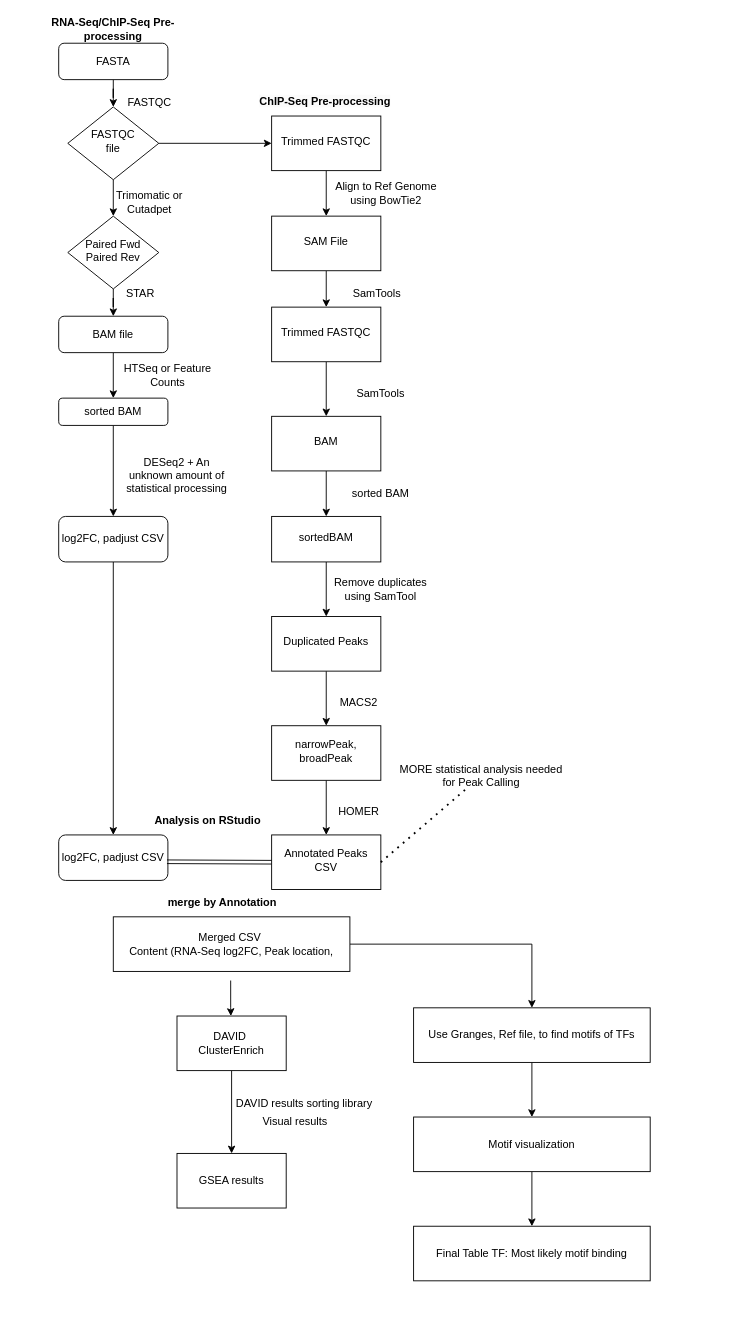
The draw.io diagram BIOINF576 DDS.drawio in gbolden101/bioinf576_project_demo, before the edit. Source tidied: cells renumbered, new cells numbered last; positions are measured from the earlier drawing's top-left corner, leaving out a move shared by most shapes. Both pictures are drawn from the tidied source at 91%, with x=0, y=0 at pixel (45, 15).
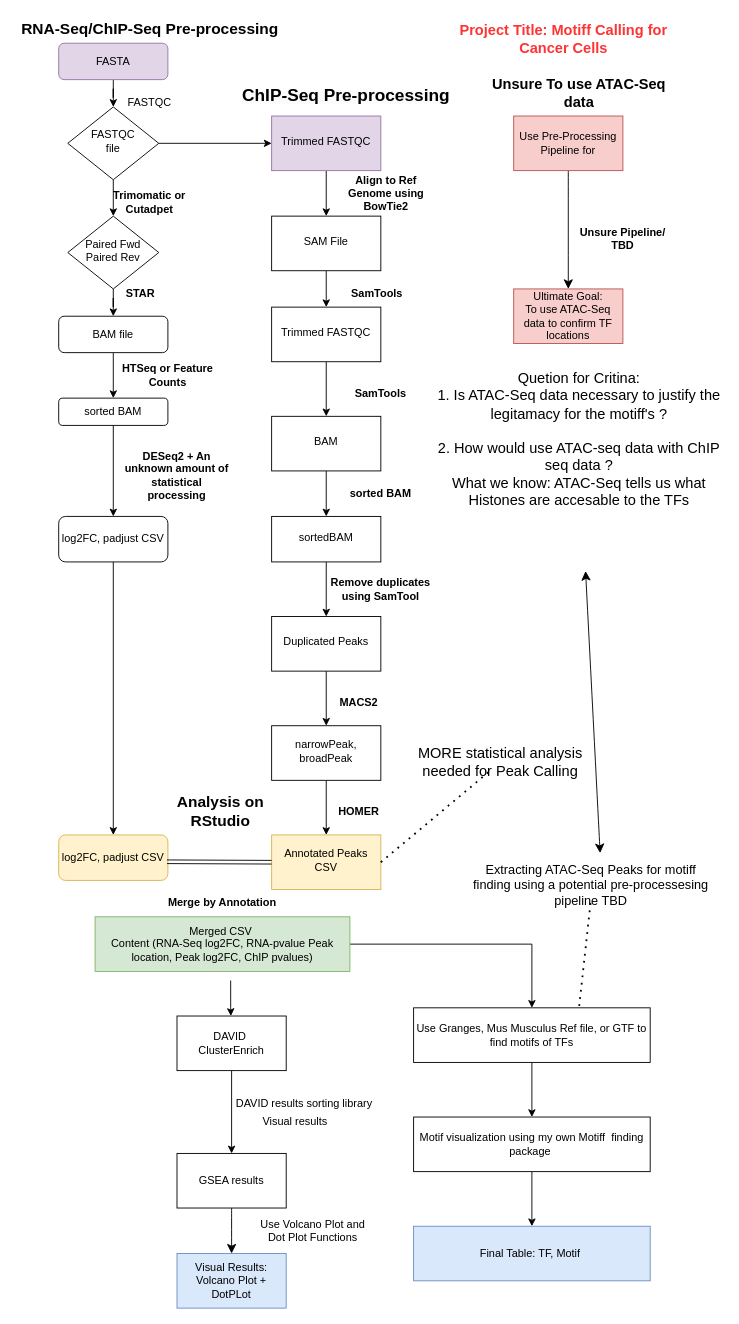
The same diagram, later.

Unchanged cells that the change refers to:
```xml
<mxCell id="55" value="GSEA results" style="rounded=0;whiteSpace=wrap;html=1;" parent="1" vertex="1">
  <mxGeometry x="145" y="1250" width="120" height="60" as="geometry" />
</mxCell>
```

What changed in the source:
```diff
@@
-    <mxCell id="10" value="FASTA" style="rounded=1;whiteSpace=wrap;html=1;fontSize=12;glass=0;strokeWidth=1;shadow=0;" parent="1" vertex="1">
+    <mxCell id="10" value="FASTA" style="rounded=1;whiteSpace=wrap;html=1;fontSize=12;glass=0;strokeWidth=1;shadow=0;fillColor=#e1d5e7;strokeColor=#9673a6;" parent="1" vertex="1">
       <mxGeometry x="15" y="30" width="120" height="40" as="geometry" />
     </mxCell>
@@
-    <mxCell id="12" value="Trimomatic or Cutadpet" style="text;html=1;align=center;verticalAlign=middle;whiteSpace=wrap;rounded=0;" parent="1" vertex="1">
+    <mxCell id="12" value="&lt;b&gt;Trimomatic or Cutadpet&lt;/b&gt;" style="text;html=1;align=center;verticalAlign=middle;whiteSpace=wrap;rounded=0;" parent="1" vertex="1">
       <mxGeometry x="55" y="180" width="120" height="50" as="geometry" />
     </mxCell>
@@
-    <mxCell id="15" value="STAR" style="text;html=1;align=center;verticalAlign=middle;whiteSpace=wrap;rounded=0;" parent="1" vertex="1">
+    <mxCell id="15" value="&lt;b&gt;STAR&lt;/b&gt;" style="text;html=1;align=center;verticalAlign=middle;whiteSpace=wrap;rounded=0;" parent="1" vertex="1">
       <mxGeometry x="45" y="280" width="120" height="50" as="geometry" />
     </mxCell>
-    <mxCell id="16" value="&lt;b&gt;RNA-Seq/ChIP-Seq Pre-processing&lt;/b&gt;" style="text;html=1;align=center;verticalAlign=middle;whiteSpace=wrap;rounded=0;" parent="1" vertex="1">
-      <mxGeometry width="150" height="30" as="geometry" />
+    <mxCell id="16" value="&lt;b&gt;&lt;font style=&quot;font-size: 17px;&quot;&gt;RNA-Seq/ChIP-Seq Pre-processing&lt;/font&gt;&lt;/b&gt;" style="text;html=1;align=center;verticalAlign=middle;whiteSpace=wrap;rounded=0;" parent="1" vertex="1">
+      <mxGeometry x="-32.5" width="295" height="30" as="geometry" />
     </mxCell>
@@
-    <mxCell id="19" value="HTSeq or Feature Counts" style="text;html=1;align=center;verticalAlign=middle;whiteSpace=wrap;rounded=0;" parent="1" vertex="1">
+    <mxCell id="19" value="&lt;b&gt;HTSeq or Feature Counts&lt;/b&gt;" style="text;html=1;align=center;verticalAlign=middle;whiteSpace=wrap;rounded=0;" parent="1" vertex="1">
       <mxGeometry x="75" y="370" width="120" height="50" as="geometry" />
     </mxCell>
-    <mxCell id="20" value="DESeq2 + An unknown amount of statistical processing" style="text;html=1;align=center;verticalAlign=middle;whiteSpace=wrap;rounded=0;" parent="1" vertex="1">
+    <mxCell id="20" value="&lt;b&gt;DESeq2 + An unknown amount of statistical processing&lt;/b&gt;" style="text;html=1;align=center;verticalAlign=middle;whiteSpace=wrap;rounded=0;" parent="1" vertex="1">
       <mxGeometry x="85" y="480" width="120" height="50" as="geometry" />
     </mxCell>
@@
-    <mxCell id="22" value="Trimmed FASTQC" style="whiteSpace=wrap;html=1;shadow=0;strokeWidth=1;spacing=6;spacingTop=-4;" parent="1" vertex="1">
+    <mxCell id="22" value="Trimmed FASTQC" style="whiteSpace=wrap;html=1;shadow=0;strokeWidth=1;spacing=6;spacingTop=-4;fillColor=#e1d5e7;strokeColor=#9673a6;" parent="1" vertex="1">
       <mxGeometry x="249" y="110" width="120" height="60" as="geometry" />
     </mxCell>
-    <mxCell id="23" value="&lt;span style=&quot;color: rgb(0, 0, 0); font-family: Helvetica; font-size: 12px; font-style: normal; font-variant-ligatures: normal; font-variant-caps: normal; letter-spacing: normal; orphans: 2; text-align: center; text-indent: 0px; text-transform: none; widows: 2; word-spacing: 0px; -webkit-text-stroke-width: 0px; white-space: normal; background-color: rgb(251, 251, 251); text-decoration-thickness: initial; text-decoration-style: initial; text-decoration-color: initial; float: none; display: inline !important;&quot;&gt;&lt;b&gt;ChIP-Seq Pre-processing&lt;/b&gt;&lt;/span&gt;" style="text;whiteSpace=wrap;html=1;" parent="1" vertex="1">
-      <mxGeometry x="234" y="80" width="150" height="40" as="geometry" />
+    <mxCell id="23" value="&lt;span style=&quot;color: rgb(0, 0, 0); font-family: Helvetica; font-style: normal; font-variant-ligatures: normal; font-variant-caps: normal; letter-spacing: normal; orphans: 2; text-align: center; text-indent: 0px; text-transform: none; widows: 2; word-spacing: 0px; -webkit-text-stroke-width: 0px; white-space: normal; background-color: rgb(251, 251, 251); text-decoration-thickness: initial; text-decoration-style: initial; text-decoration-color: initial; float: none; display: inline !important;&quot;&gt;&lt;b style=&quot;&quot;&gt;&lt;font style=&quot;font-size: 19px;&quot;&gt;ChIP-Seq Pre-processing&lt;/font&gt;&lt;/b&gt;&lt;/span&gt;" style="text;whiteSpace=wrap;html=1;" parent="1" vertex="1">
+      <mxGeometry x="215" y="70" width="241" height="40" as="geometry" />
     </mxCell>
@@
-    <mxCell id="28" value="Align to Ref Genome using BowTie2" style="text;html=1;align=center;verticalAlign=middle;whiteSpace=wrap;rounded=0;" parent="1" vertex="1">
+    <mxCell id="28" value="&lt;b&gt;Align to Ref Genome using BowTie2&lt;/b&gt;" style="text;html=1;align=center;verticalAlign=middle;whiteSpace=wrap;rounded=0;" parent="1" vertex="1">
       <mxGeometry x="315" y="170" width="120" height="50" as="geometry" />
     </mxCell>
-    <mxCell id="29" value="SamTools" style="text;html=1;align=center;verticalAlign=middle;whiteSpace=wrap;rounded=0;" parent="1" vertex="1">
+    <mxCell id="29" value="&lt;b&gt;SamTools&lt;/b&gt;" style="text;html=1;align=center;verticalAlign=middle;whiteSpace=wrap;rounded=0;" parent="1" vertex="1">
       <mxGeometry x="305" y="280" width="120" height="50" as="geometry" />
     </mxCell>
@@
-    <mxCell id="32" value="SamTools" style="text;html=1;align=center;verticalAlign=middle;whiteSpace=wrap;rounded=0;" parent="1" vertex="1">
+    <mxCell id="32" value="&lt;b&gt;SamTools&lt;/b&gt;" style="text;html=1;align=center;verticalAlign=middle;whiteSpace=wrap;rounded=0;" parent="1" vertex="1">
       <mxGeometry x="309" y="390" width="120" height="50" as="geometry" />
     </mxCell>
@@
-    <mxCell id="35" value="sorted BAM" style="text;html=1;align=center;verticalAlign=middle;whiteSpace=wrap;rounded=0;" parent="1" vertex="1">
+    <mxCell id="35" value="&lt;b&gt;sorted BAM&lt;/b&gt;" style="text;html=1;align=center;verticalAlign=middle;whiteSpace=wrap;rounded=0;" parent="1" vertex="1">
       <mxGeometry x="309" y="500" width="120" height="50" as="geometry" />
     </mxCell>
@@
-    <mxCell id="38" value="Remove duplicates using SamTool" style="text;html=1;align=center;verticalAlign=middle;whiteSpace=wrap;rounded=0;" parent="1" vertex="1">
+    <mxCell id="38" value="&lt;b&gt;Remove duplicates using SamTool&lt;/b&gt;" style="text;html=1;align=center;verticalAlign=middle;whiteSpace=wrap;rounded=0;" parent="1" vertex="1">
       <mxGeometry x="309" y="610" width="120" height="40" as="geometry" />
     </mxCell>
@@
-    <mxCell id="41" value="MACS2" style="text;html=1;align=center;verticalAlign=middle;whiteSpace=wrap;rounded=0;" parent="1" vertex="1">
+    <mxCell id="41" value="&lt;b&gt;MACS2&lt;/b&gt;" style="text;html=1;align=center;verticalAlign=middle;whiteSpace=wrap;rounded=0;" parent="1" vertex="1">
       <mxGeometry x="285" y="730" width="120" height="50" as="geometry" />
     </mxCell>
-    <mxCell id="42" value="Annotated Peaks CSV" style="whiteSpace=wrap;html=1;shadow=0;strokeWidth=1;spacing=6;spacingTop=-4;direction=south;" parent="1" vertex="1">
+    <mxCell id="42" value="Annotated Peaks CSV" style="whiteSpace=wrap;html=1;shadow=0;strokeWidth=1;spacing=6;spacingTop=-4;direction=south;fillColor=#fff2cc;strokeColor=#d6b656;" parent="1" vertex="1">
       <mxGeometry x="249" y="900" width="120" height="60" as="geometry" />
     </mxCell>
-    <mxCell id="43" value="HOMER" style="text;html=1;align=center;verticalAlign=middle;whiteSpace=wrap;rounded=0;" parent="1" vertex="1">
+    <mxCell id="43" value="&lt;b&gt;HOMER&lt;/b&gt;" style="text;html=1;align=center;verticalAlign=middle;whiteSpace=wrap;rounded=0;" parent="1" vertex="1">
       <mxGeometry x="285" y="850" width="120" height="50" as="geometry" />
     </mxCell>
-    <mxCell id="44" value="&lt;b&gt;Analysis on RStudio&lt;/b&gt;" style="text;html=1;align=center;verticalAlign=middle;whiteSpace=wrap;rounded=0;" parent="1" vertex="1">
-      <mxGeometry x="109" y="870" width="140" height="30" as="geometry" />
+    <mxCell id="44" value="&lt;b&gt;&lt;font style=&quot;font-size: 17px;&quot;&gt;Analysis on RStudio&lt;/font&gt;&lt;/b&gt;" style="text;html=1;align=center;verticalAlign=middle;whiteSpace=wrap;rounded=0;" parent="1" vertex="1">
+      <mxGeometry x="122.5" y="860" width="140" height="30" as="geometry" />
     </mxCell>
-    <mxCell id="45" value="log2FC, padjust CSV" style="rounded=1;whiteSpace=wrap;html=1;" parent="1" vertex="1">
+    <mxCell id="45" value="log2FC, padjust CSV" style="rounded=1;whiteSpace=wrap;html=1;fillColor=#fff2cc;strokeColor=#d6b656;" parent="1" vertex="1">
       <mxGeometry x="15" y="900" width="120" height="50" as="geometry" />
     </mxCell>
@@
-    <mxCell id="47" value="Merged CSV&amp;nbsp;&lt;div&gt;Content (RNA-Seq log2FC, Peak location,&lt;/div&gt;" style="rounded=0;whiteSpace=wrap;html=1;" parent="1" vertex="1">
-      <mxGeometry x="75" y="990" width="260" height="60" as="geometry" />
+    <mxCell id="47" value="Merged CSV&amp;nbsp;&lt;div&gt;Content (RNA-Seq log2FC, RNA-pvalue Peak location, Peak log2FC, ChIP pvalues)&lt;/div&gt;" style="rounded=0;whiteSpace=wrap;html=1;fillColor=#d5e8d4;strokeColor=#82b366;" parent="1" vertex="1">
+      <mxGeometry x="55" y="990" width="280" height="60" as="geometry" />
     </mxCell>
@@
-    <mxCell id="49" value="&lt;b&gt;merge by Annotation&lt;/b&gt;" style="text;html=1;align=center;verticalAlign=middle;whiteSpace=wrap;rounded=0;" parent="1" vertex="1">
+    <mxCell id="49" value="&lt;b&gt;Merge by Annotation&lt;/b&gt;" style="text;html=1;align=center;verticalAlign=middle;whiteSpace=wrap;rounded=0;" parent="1" vertex="1">
       <mxGeometry x="125" y="960" width="140" height="30" as="geometry" />
     </mxCell>
@@
-    <mxCell id="51" value="MORE statistical analysis needed for Peak Calling" style="text;html=1;align=center;verticalAlign=middle;whiteSpace=wrap;rounded=0;" parent="1" vertex="1">
-      <mxGeometry x="384" y="820" width="191" height="30" as="geometry" />
+    <mxCell id="51" value="&lt;font style=&quot;font-size: 16px;&quot;&gt;MORE statistical analysis needed for Peak Calling&lt;/font&gt;" style="text;html=1;align=center;verticalAlign=middle;whiteSpace=wrap;rounded=0;" parent="1" vertex="1">
+      <mxGeometry x="405" y="810" width="191" height="20" as="geometry" />
     </mxCell>
@@
+    <mxCell id="63" style="edgeStyle=none;curved=1;rounded=0;jettySize=auto;html=1;fontSize=12;startSize=8;endSize=8;" parent="1" edge="1" source="55" target="64">
+      <mxGeometry relative="1" as="geometry" />
+    </mxCell>
@@
-    <mxCell id="59" value="Use Granges, Ref file, to find motifs of TFs" style="rounded=0;whiteSpace=wrap;html=1;" parent="1" vertex="1">
+    <mxCell id="59" value="Use Granges, Mus Musculus Ref file, or GTF to find motifs of TFs" style="rounded=0;whiteSpace=wrap;html=1;" parent="1" vertex="1">
       <mxGeometry x="405" y="1090" width="260" height="60" as="geometry" />
     </mxCell>
@@
-    <mxCell id="61" value="Motif visualization" style="rounded=0;whiteSpace=wrap;html=1;" parent="1" vertex="1">
+    <mxCell id="61" value="Motif visualization using my own Motiff&amp;nbsp; finding package&amp;nbsp;" style="rounded=0;whiteSpace=wrap;html=1;" parent="1" vertex="1">
       <mxGeometry x="405" y="1210" width="260" height="60" as="geometry" />
     </mxCell>
-    <mxCell id="62" value="Final Table TF: Most likely motif binding" style="rounded=0;whiteSpace=wrap;html=1;" parent="1" vertex="1">
+    <mxCell id="62" value="Final Table: TF, Motif&amp;nbsp;" style="rounded=0;whiteSpace=wrap;html=1;fillColor=#dae8fc;strokeColor=#6c8ebf;" parent="1" vertex="1">
       <mxGeometry x="405" y="1330" width="260" height="60" as="geometry" />
     </mxCell>
+    <mxCell id="64" value="Visual Results:&lt;div&gt;Volcano Plot + DotPLot&lt;/div&gt;" style="rounded=0;whiteSpace=wrap;html=1;fillColor=#dae8fc;strokeColor=#6c8ebf;" parent="1" vertex="1">
+      <mxGeometry x="145" y="1360" width="120" height="60" as="geometry" />
+    </mxCell>
+    <mxCell id="65" value="Use Volcano Plot and Dot Plot Functions" style="text;html=1;align=center;verticalAlign=middle;whiteSpace=wrap;rounded=0;" parent="1" vertex="1">
+      <mxGeometry x="234" y="1320" width="121" height="30" as="geometry" />
+    </mxCell>
+    <mxCell id="66" style="edgeStyle=none;curved=1;rounded=0;jettySize=auto;html=1;fontSize=12;startSize=8;endSize=8;" parent="1" edge="1" source="67" target="69">
+      <mxGeometry relative="1" as="geometry" />
+    </mxCell>
+    <mxCell id="67" value="Use Pre-Processing Pipeline for" style="rounded=0;whiteSpace=wrap;html=1;fillColor=#f8cecc;strokeColor=#b85450;" parent="1" vertex="1">
+      <mxGeometry x="515" y="110" width="120" height="60" as="geometry" />
+    </mxCell>
+    <mxCell id="68" value="&lt;b&gt;&lt;font style=&quot;font-size: 16px;&quot;&gt;Unsure To use ATAC-Seq data&lt;/font&gt;&lt;/b&gt;" style="text;html=1;align=center;verticalAlign=middle;whiteSpace=wrap;rounded=0;" parent="1" vertex="1">
+      <mxGeometry x="482" y="70" width="210" height="30" as="geometry" />
+    </mxCell>
+    <mxCell id="69" value="Ultimate Goal:&lt;div&gt;To use ATAC-Seq data to confirm TF locations&lt;/div&gt;" style="rounded=0;whiteSpace=wrap;html=1;fillColor=#f8cecc;strokeColor=#b85450;" parent="1" vertex="1">
+      <mxGeometry x="515" y="300" width="120" height="60" as="geometry" />
+    </mxCell>
+    <mxCell id="70" value="&lt;b&gt;Unsure Pipeline/ TBD&lt;/b&gt;" style="text;html=1;align=center;verticalAlign=middle;whiteSpace=wrap;rounded=0;" parent="1" vertex="1">
+      <mxGeometry x="585" y="230" width="100" height="30" as="geometry" />
+    </mxCell>
+    <mxCell id="71" value="&lt;font style=&quot;font-size: 14px;&quot;&gt;Extracting ATAC-Seq Peaks for motiff finding using a potential pre-processesing pipeline TBD&lt;/font&gt;" style="text;html=1;align=center;verticalAlign=middle;whiteSpace=wrap;rounded=0;" parent="1" vertex="1">
+      <mxGeometry x="465" y="940" width="270" height="30" as="geometry" />
+    </mxCell>
+    <mxCell id="72" value="Quetion for Critina:&lt;div&gt;1. Is ATAC-Seq data necessary to justify the legitamacy for the motiff's ?&lt;/div&gt;&lt;div&gt;&lt;br&gt;&lt;/div&gt;&lt;div&gt;2. How would use ATAC-seq data with ChIP seq data ?&lt;/div&gt;&lt;div&gt;What we know: ATAC-Seq tells us what Histones are accesable to the TFs&lt;/div&gt;&lt;div&gt;&lt;br&gt;&lt;/div&gt;" style="text;strokeColor=none;fillColor=none;html=1;align=center;verticalAlign=middle;whiteSpace=wrap;rounded=0;fontSize=16;" parent="1" vertex="1">
+      <mxGeometry x="429" y="340" width="316" height="270" as="geometry" />
+    </mxCell>
+    <mxCell id="73" style="endArrow=classic;startArrow=classic;html=1;rounded=0;fontSize=12;startSize=8;endSize=8;curved=1;" parent="1" edge="1" target="72">
+      <mxGeometry relative="1" as="geometry">
+        <mxPoint x="610" y="920" as="sourcePoint" />
+      </mxGeometry>
+    </mxCell>
+    <mxCell id="74" style="endArrow=none;dashed=1;html=1;dashPattern=1 3;strokeWidth=2;rounded=0;fontSize=12;startSize=8;endSize=8;curved=1;exitX=0.7;exitY=-0.035;exitDx=0;exitDy=0;exitPerimeter=0;" parent="1" edge="1" source="59">
+      <mxGeometry relative="1" as="geometry">
+        <mxPoint x="600" y="970" as="targetPoint" />
+      </mxGeometry>
+    </mxCell>
+    <mxCell id="75" value="&lt;b&gt;&lt;font style=&quot;color: rgb(255, 51, 51);&quot;&gt;Project Title: Motiff Calling for Cancer Cells&lt;/font&gt;&lt;/b&gt;" style="text;strokeColor=none;fillColor=none;html=1;align=center;verticalAlign=middle;whiteSpace=wrap;rounded=0;fontSize=16;" parent="1" vertex="1">
+      <mxGeometry x="435" y="10" width="270" height="30" as="geometry" />
+    </mxCell>
```
